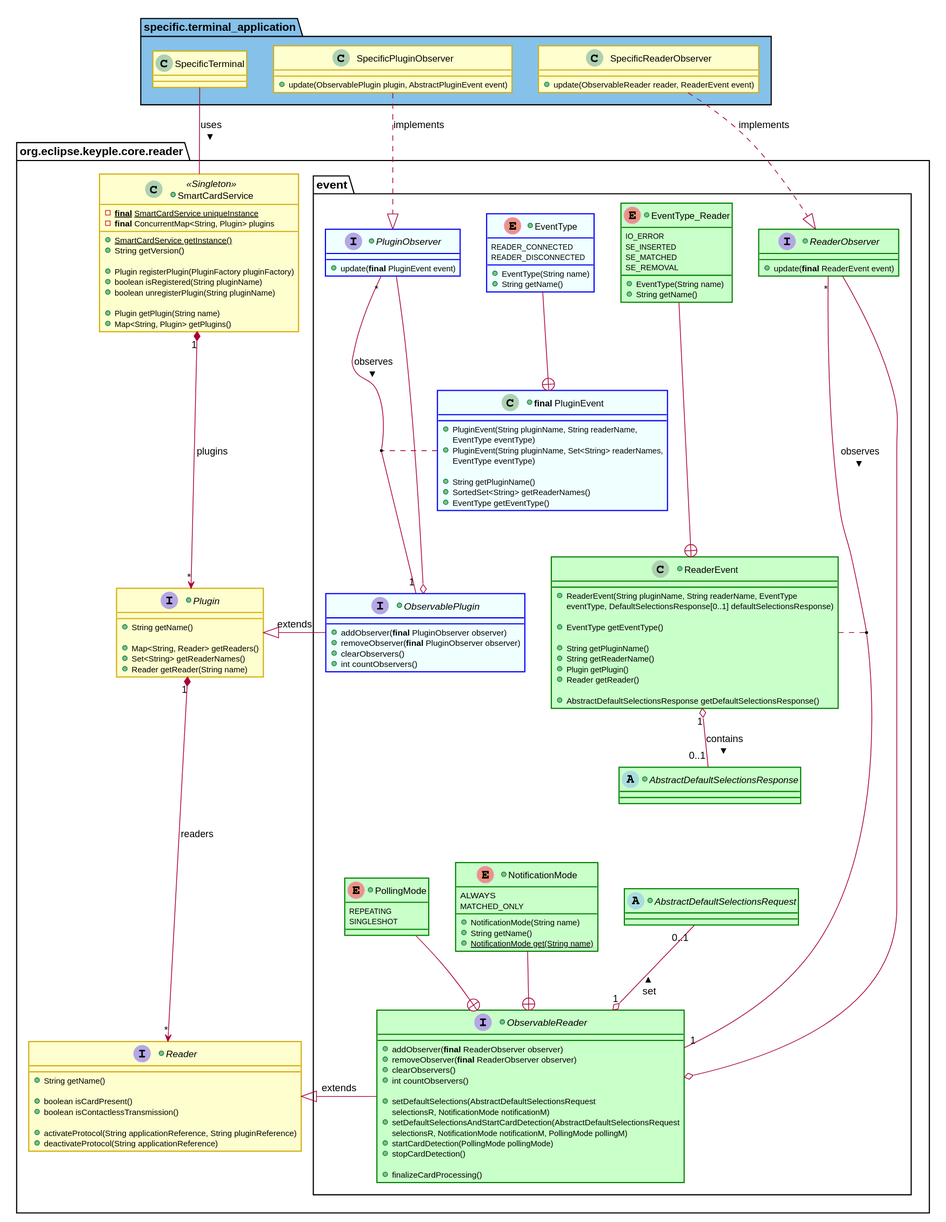
The PlantUML diagram docs/KeypleCoreApi/img/KeypleCore_Reader_ClassDiag_ObservablePluginAndReaderEvents_1_0_0.svg in calypsonet/keyple, before a commit.
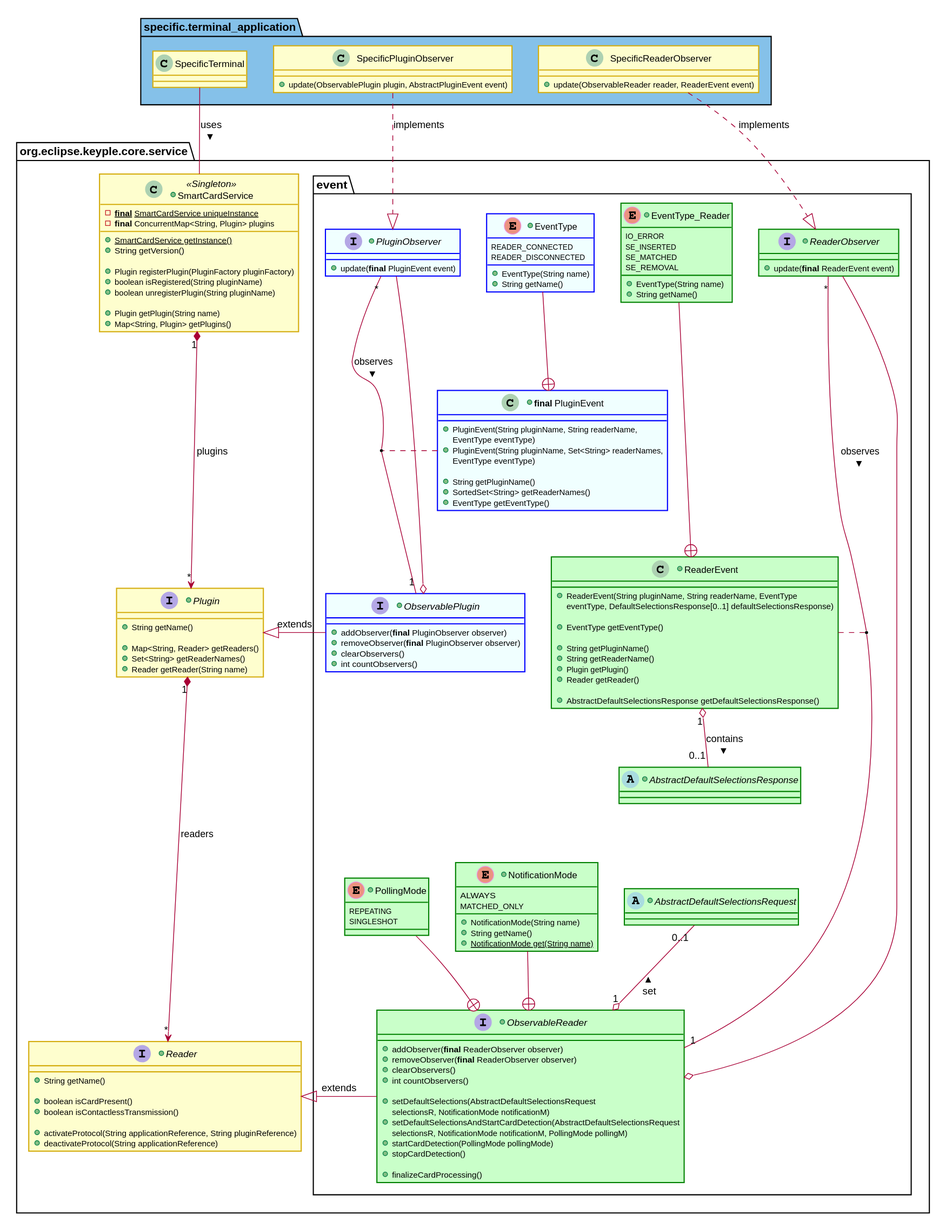
The same diagram one commit later.

What changed in the source:
```diff
@@ -44,7 +44,7 @@
   SpecificPluginObserver -right[hidden]--> SpecificReaderObserver
 }
 
-package org.eclipse.keyple.core.reader #FFFFFF {
+package org.eclipse.keyple.core.service #FFFFFF {
   class SmartCardService
 
   package event #FFFFFF {
```
